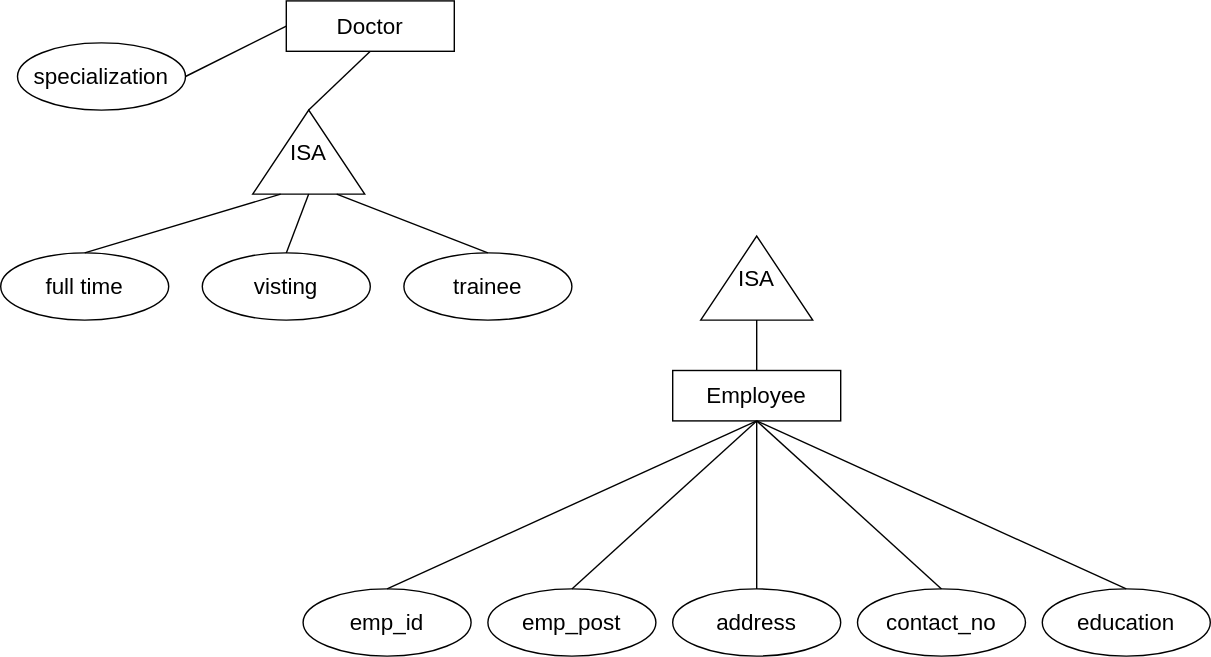
Above: er_dig_hospital_mgm_26_09_2020.svg in listout/drawio_digs (draw.io), before the change. Source tidied: cells renumbered, new cells last; positions are measured from the earlier drawing's top-left corner, leaving out a move shared by most shapes.
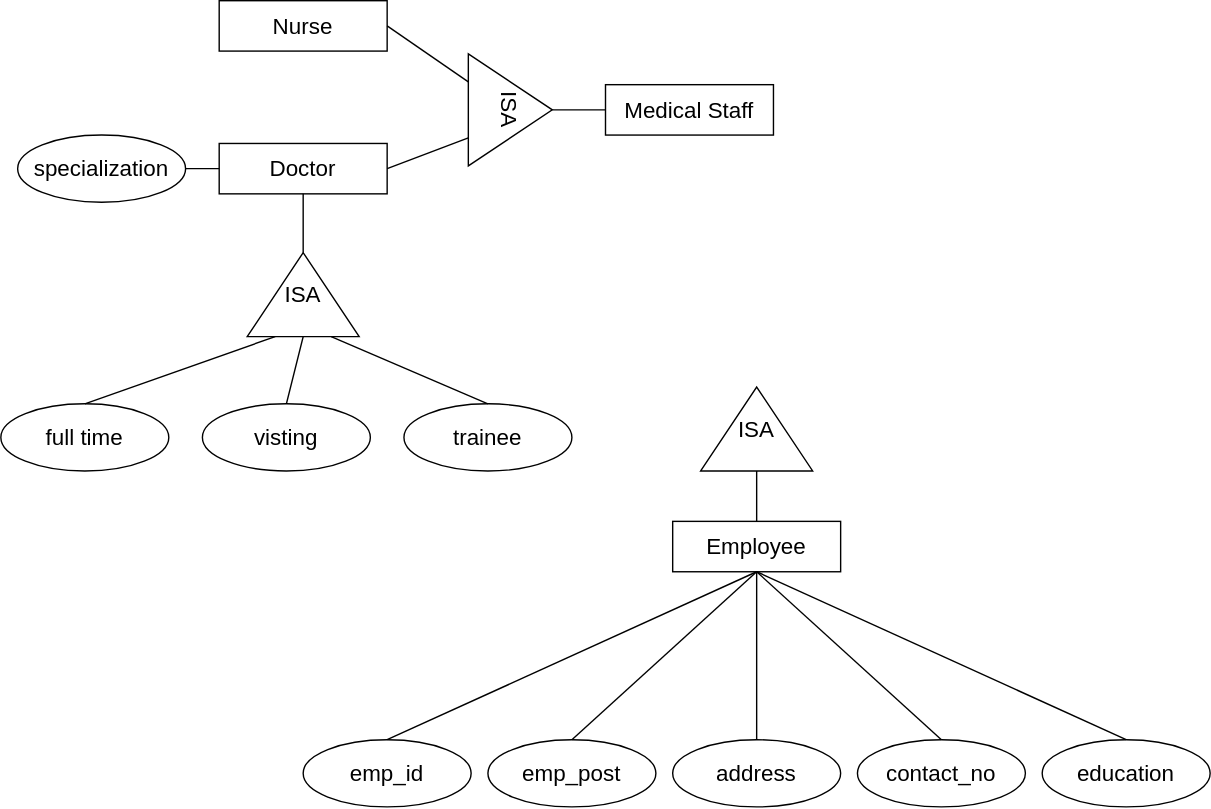
The same file after the commit.

Change to the diagram source:
```diff
@@ -39,10 +39,10 @@
       <mxGeometry x="500" y="168" width="80" height="60" as="geometry" />
     </mxCell>
     <mxCell id="14" value="Doctor" style="rounded=0;whiteSpace=wrap;html=1;fontSize=16;" parent="1" vertex="1">
-      <mxGeometry x="204" width="120" height="36" as="geometry" />
+      <mxGeometry x="156" y="-6" width="120" height="36" as="geometry" />
     </mxCell>
     <mxCell id="15" value="specialization" style="ellipse;whiteSpace=wrap;html=1;fontSize=16;" parent="1" vertex="1">
-      <mxGeometry x="12" y="30" width="120" height="48" as="geometry" />
+      <mxGeometry x="12" y="-12" width="120" height="48" as="geometry" />
     </mxCell>
     <mxCell id="16" style="endArrow=none;html=1;fontSize=16;entryX=0;entryY=0.5;entryDx=0;entryDy=0;exitX=0.5;exitY=0;exitDx=0;exitDy=0;" parent="1" edge="1" source="2" target="13">
       <mxGeometry relative="1" as="geometry" />
@@ -51,7 +51,7 @@
       <mxGeometry relative="1" as="geometry" />
     </mxCell>
     <mxCell id="18" value="ISA" style="triangle;whiteSpace=wrap;html=1;fontSize=16;direction=north;" parent="1" vertex="1">
-      <mxGeometry x="180" y="78" width="80" height="60" as="geometry" />
+      <mxGeometry x="176" y="72" width="80" height="60" as="geometry" />
     </mxCell>
     <mxCell id="19" value="full time" style="ellipse;whiteSpace=wrap;html=1;fontSize=16;" parent="1" vertex="1">
       <mxGeometry y="180" width="120" height="48" as="geometry" />
@@ -74,5 +74,23 @@
     <mxCell id="25" style="endArrow=none;html=1;fontSize=16;entryX=0;entryY=0.75;entryDx=0;entryDy=0;exitX=0.5;exitY=0;exitDx=0;exitDy=0;" parent="1" edge="1" source="21" target="18">
       <mxGeometry relative="1" as="geometry" />
     </mxCell>
+    <mxCell id="26" value="Nurse" style="rounded=0;whiteSpace=wrap;html=1;fontSize=16;" parent="1" vertex="1">
+      <mxGeometry x="156" y="-108" width="120" height="36" as="geometry" />
+    </mxCell>
+    <mxCell id="27" value="Medical Staff" style="rounded=0;whiteSpace=wrap;html=1;fontSize=16;" parent="1" vertex="1">
+      <mxGeometry x="432" y="-48" width="120" height="36" as="geometry" />
+    </mxCell>
+    <mxCell id="28" value="ISA" style="triangle;whiteSpace=wrap;html=1;fontSize=16;direction=north;rotation=90;" parent="1" vertex="1">
+      <mxGeometry x="324" y="-60" width="80" height="60" as="geometry" />
+    </mxCell>
+    <mxCell id="29" style="endArrow=none;html=1;fontSize=16;exitX=1;exitY=0.5;exitDx=0;exitDy=0;entryX=0;entryY=0.75;entryDx=0;entryDy=0;" parent="1" edge="1" source="14" target="28">
+      <mxGeometry relative="1" as="geometry" />
+    </mxCell>
+    <mxCell id="30" style="endArrow=none;html=1;fontSize=16;entryX=1;entryY=0.5;entryDx=0;entryDy=0;exitX=0;exitY=0.25;exitDx=0;exitDy=0;" parent="1" edge="1" source="28" target="26">
+      <mxGeometry relative="1" as="geometry" />
+    </mxCell>
+    <mxCell id="31" style="endArrow=none;html=1;fontSize=16;entryX=0;entryY=0.5;entryDx=0;entryDy=0;exitX=1;exitY=0.5;exitDx=0;exitDy=0;" parent="1" edge="1" source="28" target="27">
+      <mxGeometry relative="1" as="geometry" />
+    </mxCell>
   </root>
 </mxGraphModel>
```
